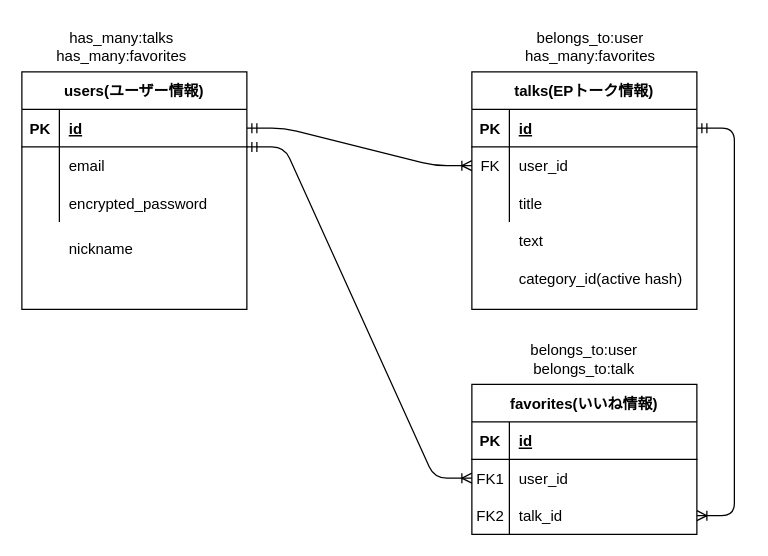
This is ER.dio from szakisip/zfront_room, a draw.io file, before an edit. Source tidied: cells renumbered, new cells numbered last; positions are measured from the earlier drawing's top-left corner, leaving out a move shared by most shapes. Both pictures are drawn from the tidied source at 125%, with x=0, y=0 at pixel (21, 21).
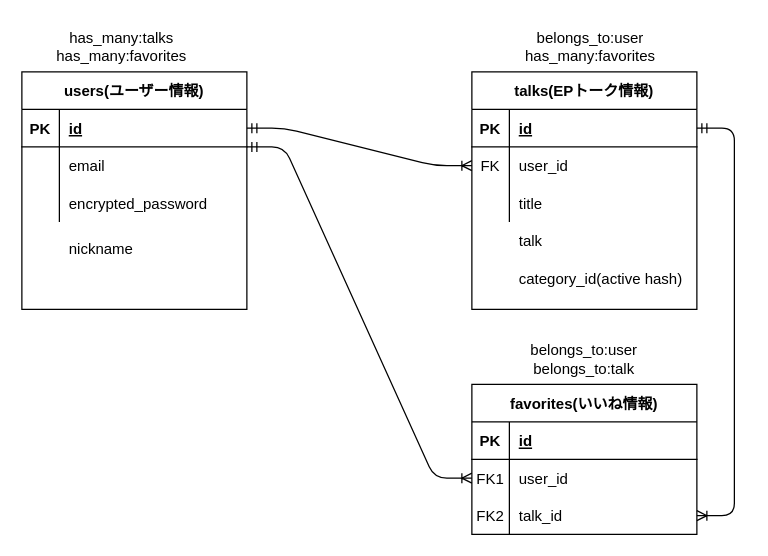
The same diagram, later.

What changed in the source:
```diff
@@
-    <mxCell id="45" value="text" style="shape=partialRectangle;fillColor=none;top=0;left=0;bottom=0;right=0;align=left;spacingLeft=6;overflow=hidden;" parent="1" vertex="1">
+    <mxCell id="45" value="talk" style="shape=partialRectangle;fillColor=none;top=0;left=0;bottom=0;right=0;align=left;spacingLeft=6;overflow=hidden;" parent="1" vertex="1">
       <mxGeometry x="390" y="160" width="150" height="30" as="geometry" />
     </mxCell>
```
